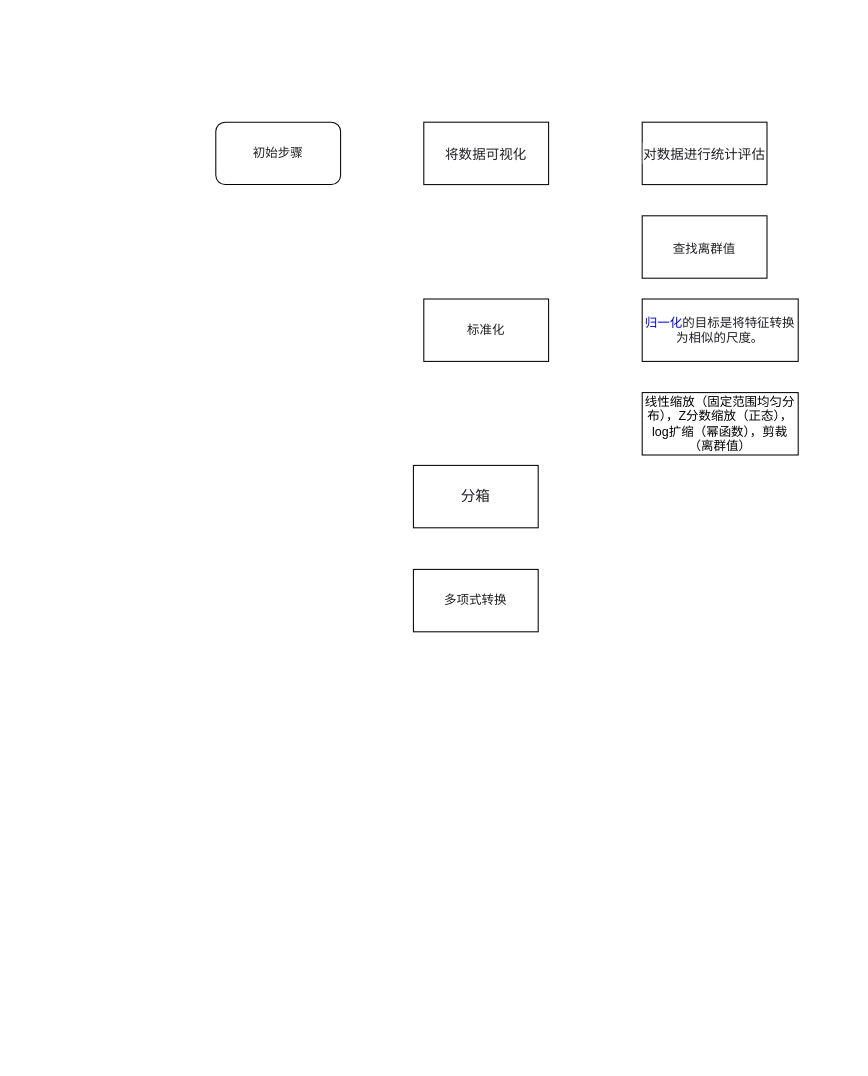
Before: page "数值数据" (9 of 10) of Untitled Diagram.drawio in robinyang414/Book, a draw.io diagram. Source tidied: cells renumbered, new cells numbered last; positions are measured from the earlier drawing's top-left corner, leaving out a move shared by most shapes. Both pictures are drawn from the tidied source at 104%, with x=0, y=0 at pixel (215, 122).
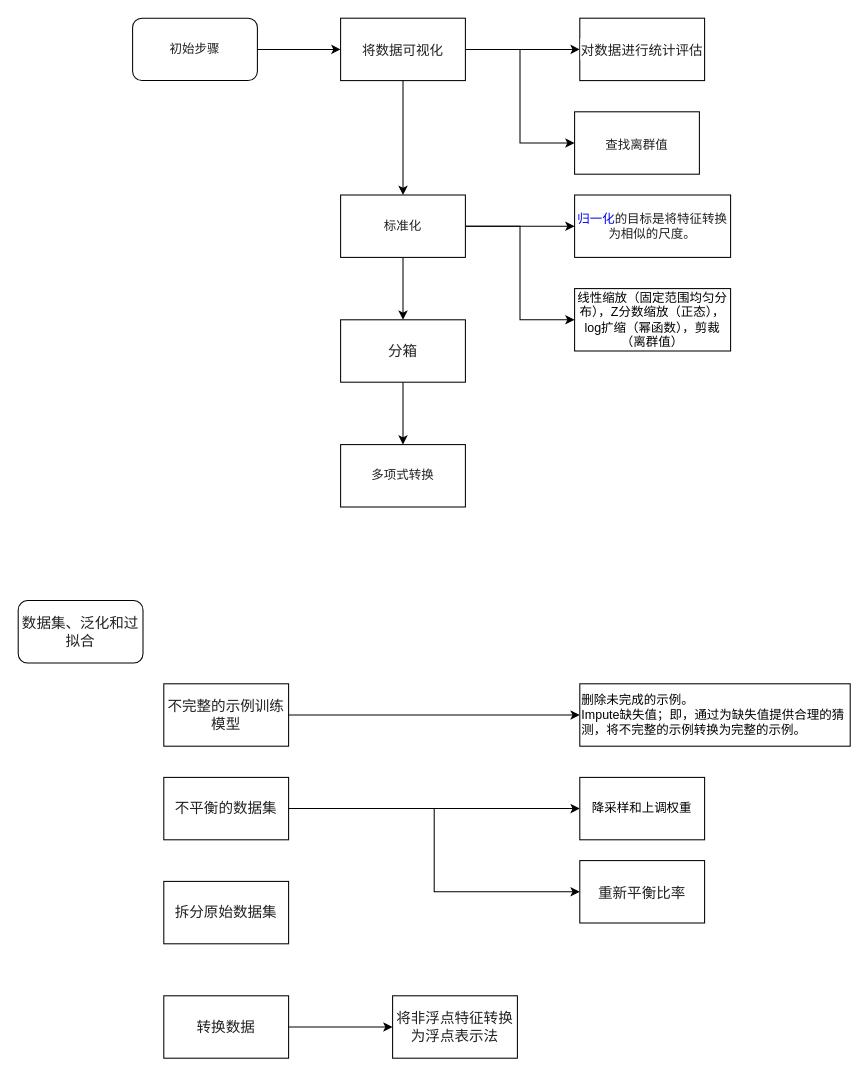
Above is the later version.

Change to the diagram source:
```diff
@@
+    <mxCell id="11" style="edgeStyle=orthogonalEdgeStyle;rounded=0;jettySize=auto;html=1;exitX=1;exitY=0.5;exitDx=0;exitDy=0;entryX=0;entryY=0.5;entryDx=0;entryDy=0;" parent="1" edge="1" source="2" target="3">
+      <mxGeometry relative="1" as="geometry" />
+    </mxCell>
     <mxCell id="2" value="&lt;span style=&quot;color: rgb(32, 33, 36); font-family: &amp;quot;Google Sans&amp;quot;, &amp;quot;Noto Sans&amp;quot;, &amp;quot;Noto Sans JP&amp;quot;, &amp;quot;Noto Sans KR&amp;quot;, &amp;quot;Noto Naskh Arabic&amp;quot;, &amp;quot;Noto Sans Thai&amp;quot;, &amp;quot;Noto Sans Hebrew&amp;quot;, &amp;quot;Noto Sans Bengali&amp;quot;, sans-serif; text-align: start; background-color: rgb(255, 255, 255);&quot;&gt;初始步骤&lt;/span&gt;" style="rounded=1;whiteSpace=wrap;html=1;fontSize=12;" parent="1" vertex="1">
-      <mxGeometry width="120" height="60" as="geometry" />
+      <mxGeometry x="-80" y="-100" width="120" height="60" as="geometry" />
     </mxCell>
+    <mxCell id="12" style="edgeStyle=orthogonalEdgeStyle;rounded=0;jettySize=auto;html=1;exitX=1;exitY=0.5;exitDx=0;exitDy=0;entryX=0;entryY=0.5;entryDx=0;entryDy=0;" parent="1" edge="1" source="3" target="4">
+      <mxGeometry relative="1" as="geometry" />
+    </mxCell>
+    <mxCell id="13" style="edgeStyle=orthogonalEdgeStyle;rounded=0;jettySize=auto;html=1;exitX=1;exitY=0.5;exitDx=0;exitDy=0;entryX=0;entryY=0.5;entryDx=0;entryDy=0;" parent="1" edge="1" source="3" target="5">
+      <mxGeometry relative="1" as="geometry" />
+    </mxCell>
+    <mxCell id="14" style="edgeStyle=orthogonalEdgeStyle;rounded=0;jettySize=auto;html=1;exitX=0.5;exitY=1;exitDx=0;exitDy=0;entryX=0.5;entryY=0;entryDx=0;entryDy=0;" parent="1" edge="1" source="3" target="6">
+      <mxGeometry relative="1" as="geometry" />
+    </mxCell>
     <mxCell id="3" value="&lt;h2 style=&quot;box-sizing: inherit; margin: var(--devsite-h2-margin); overflow-x: clip; text-overflow: ellipsis; border-bottom: var(--devsite-h2-border,var(--devsite-secondary-border)); padding: var(--devsite-h2-padding); color: rgb(32, 33, 36); text-align: start; background-color: rgb(255, 255, 255);&quot; role=&quot;presentation&quot; tabindex=&quot;-1&quot; id=&quot;visualize_your_data&quot;&gt;&lt;span style=&quot;box-sizing: inherit; font-weight: normal;&quot; aria-level=&quot;2&quot; role=&quot;heading&quot; class=&quot;devsite-heading&quot;&gt;&lt;font style=&quot;font-size: 13px;&quot;&gt;将数据可视化&lt;/font&gt;&lt;/span&gt;&lt;/h2&gt;" style="rounded=0;whiteSpace=wrap;html=1;fontSize=12;" parent="1" vertex="1">
-      <mxGeometry x="200" width="120" height="60" as="geometry" />
+      <mxGeometry x="120" y="-100" width="120" height="60" as="geometry" />
     </mxCell>
     <mxCell id="4" value="&lt;h2 style=&quot;box-sizing: inherit; margin: var(--devsite-h2-margin); overflow-x: clip; text-overflow: ellipsis; border-bottom: var(--devsite-h2-border,var(--devsite-secondary-border)); padding: var(--devsite-h2-padding); color: rgb(32, 33, 36); text-align: start; background-color: rgb(255, 255, 255);&quot; role=&quot;presentation&quot; tabindex=&quot;-1&quot; id=&quot;statistically_evaluate_your_data&quot;&gt;&lt;span style=&quot;box-sizing: inherit; font-weight: normal;&quot; aria-level=&quot;2&quot; role=&quot;heading&quot; class=&quot;devsite-heading&quot;&gt;&lt;font style=&quot;font-size: 13px;&quot;&gt;对数据进行统计评估&lt;/font&gt;&lt;/span&gt;&lt;/h2&gt;" style="rounded=0;whiteSpace=wrap;html=1;fontSize=12;fontStyle=0;" parent="1" vertex="1">
-      <mxGeometry x="410" width="120" height="60" as="geometry" />
+      <mxGeometry x="350" y="-100" width="120" height="60" as="geometry" />
     </mxCell>
     <mxCell id="5" value="&lt;h2 style=&quot;box-sizing: inherit; margin: var(--devsite-h2-margin); overflow-x: clip; text-overflow: ellipsis; border-bottom: var(--devsite-h2-border,var(--devsite-secondary-border)); padding: var(--devsite-h2-padding); color: rgb(32, 33, 36); background-color: rgb(255, 255, 255);&quot; role=&quot;presentation&quot; tabindex=&quot;-1&quot; id=&quot;find_outliers&quot;&gt;&lt;span style=&quot;box-sizing: inherit; font-weight: normal;&quot; aria-level=&quot;2&quot; role=&quot;heading&quot; class=&quot;devsite-heading&quot;&gt;&lt;font style=&quot;font-size: 12px;&quot;&gt;查找离群值&lt;/font&gt;&lt;/span&gt;&lt;/h2&gt;" style="rounded=0;whiteSpace=wrap;html=1;align=center;fontSize=12;fontStyle=0;" parent="1" vertex="1">
-      <mxGeometry x="410" y="90" width="120" height="60" as="geometry" />
+      <mxGeometry x="345" y="-10" width="120" height="60" as="geometry" />
     </mxCell>
+    <mxCell id="15" style="edgeStyle=orthogonalEdgeStyle;rounded=0;jettySize=auto;html=1;exitX=0.5;exitY=1;exitDx=0;exitDy=0;entryX=0.5;entryY=0;entryDx=0;entryDy=0;" parent="1" edge="1" source="6" target="9">
+      <mxGeometry relative="1" as="geometry" />
+    </mxCell>
+    <mxCell id="16" style="edgeStyle=orthogonalEdgeStyle;rounded=0;jettySize=auto;html=1;exitX=1;exitY=0.5;exitDx=0;exitDy=0;entryX=0;entryY=0.5;entryDx=0;entryDy=0;" parent="1" edge="1" source="6" target="7">
+      <mxGeometry relative="1" as="geometry" />
+    </mxCell>
+    <mxCell id="17" style="edgeStyle=orthogonalEdgeStyle;rounded=0;jettySize=auto;html=1;exitX=1;exitY=0.5;exitDx=0;exitDy=0;entryX=0;entryY=0.5;entryDx=0;entryDy=0;" parent="1" edge="1" source="6" target="8">
+      <mxGeometry relative="1" as="geometry" />
+    </mxCell>
     <mxCell id="6" value="&lt;span style=&quot;color: rgb(32, 33, 36); font-family: &amp;quot;Google Sans&amp;quot;, &amp;quot;Noto Sans&amp;quot;, &amp;quot;Noto Sans JP&amp;quot;, &amp;quot;Noto Sans KR&amp;quot;, &amp;quot;Noto Naskh Arabic&amp;quot;, &amp;quot;Noto Sans Thai&amp;quot;, &amp;quot;Noto Sans Hebrew&amp;quot;, &amp;quot;Noto Sans Bengali&amp;quot;, sans-serif; text-align: start; background-color: rgb(255, 255, 255);&quot;&gt;标准化&lt;/span&gt;" style="rounded=0;whiteSpace=wrap;html=1;fontSize=12;fontStyle=0;" parent="1" vertex="1">
-      <mxGeometry x="200" y="170" width="120" height="60" as="geometry" />
+      <mxGeometry x="120" y="70" width="120" height="60" as="geometry" />
     </mxCell>
     <mxCell id="7" value="&lt;a style=&quot;box-sizing: inherit; outline: 0px; text-decoration: var(--devsite-link-text-decoration,none); word-break: break-word; font-family: Roboto, &amp;quot;Noto Sans&amp;quot;, &amp;quot;Noto Sans JP&amp;quot;, &amp;quot;Noto Sans KR&amp;quot;, &amp;quot;Noto Naskh Arabic&amp;quot;, &amp;quot;Noto Sans Thai&amp;quot;, &amp;quot;Noto Sans Hebrew&amp;quot;, &amp;quot;Noto Sans Bengali&amp;quot;, sans-serif; text-align: start; background-color: rgb(255, 255, 255);&quot; href=&quot;https://developers.google.com/machine-learning/glossary?hl=zh-cn#normalization&quot;&gt;&lt;span style=&quot;box-sizing: inherit;&quot;&gt;归一化&lt;/span&gt;&lt;/a&gt;&lt;span style=&quot;color: rgb(32, 33, 36); font-family: Roboto, &amp;quot;Noto Sans&amp;quot;, &amp;quot;Noto Sans JP&amp;quot;, &amp;quot;Noto Sans KR&amp;quot;, &amp;quot;Noto Naskh Arabic&amp;quot;, &amp;quot;Noto Sans Thai&amp;quot;, &amp;quot;Noto Sans Hebrew&amp;quot;, &amp;quot;Noto Sans Bengali&amp;quot;, sans-serif; text-align: start; background-color: rgb(255, 255, 255);&quot;&gt;的目标是将特征转换为相似的尺度。&lt;/span&gt;" style="rounded=0;whiteSpace=wrap;html=1;fontSize=12;fontStyle=0;" parent="1" vertex="1">
-      <mxGeometry x="410" y="170" width="150" height="60" as="geometry" />
+      <mxGeometry x="345" y="70" width="150" height="60" as="geometry" />
     </mxCell>
     <mxCell id="8" value="线性缩放（固定范围均匀分布），Z分数缩放（正态），log扩缩（幂函数），剪裁（离群值）" style="rounded=0;whiteSpace=wrap;html=1;fontSize=12;fontStyle=0;" parent="1" vertex="1">
-      <mxGeometry x="410" y="260" width="150" height="60" as="geometry" />
+      <mxGeometry x="345" y="160" width="150" height="60" as="geometry" />
     </mxCell>
+    <mxCell id="18" style="edgeStyle=orthogonalEdgeStyle;rounded=0;jettySize=auto;html=1;exitX=0.5;exitY=1;exitDx=0;exitDy=0;" parent="1" edge="1" source="9" target="10">
+      <mxGeometry relative="1" as="geometry" />
+    </mxCell>
     <mxCell id="9" value="&lt;span style=&quot;color: rgb(32, 33, 36); font-family: &amp;quot;Google Sans&amp;quot;, &amp;quot;Noto Sans&amp;quot;, &amp;quot;Noto Sans JP&amp;quot;, &amp;quot;Noto Sans KR&amp;quot;, &amp;quot;Noto Naskh Arabic&amp;quot;, &amp;quot;Noto Sans Thai&amp;quot;, &amp;quot;Noto Sans Hebrew&amp;quot;, &amp;quot;Noto Sans Bengali&amp;quot;, sans-serif; text-align: start; background-color: rgb(255, 255, 255);&quot;&gt;&lt;font style=&quot;font-size: 14px;&quot;&gt;分箱&lt;/font&gt;&lt;/span&gt;" style="rounded=0;whiteSpace=wrap;html=1;" parent="1" vertex="1">
-      <mxGeometry x="190" y="330" width="120" height="60" as="geometry" />
+      <mxGeometry x="120" y="190" width="120" height="60" as="geometry" />
     </mxCell>
     <mxCell id="10" value="&lt;span style=&quot;color: rgb(32, 33, 36); text-align: start; background-color: rgb(255, 255, 255);&quot;&gt;&lt;font face=&quot;Helvetica&quot; style=&quot;font-size: 12px;&quot;&gt;多项式转换&lt;/font&gt;&lt;/span&gt;" style="rounded=0;whiteSpace=wrap;html=1;" parent="1" vertex="1">
-      <mxGeometry x="190" y="430" width="120" height="60" as="geometry" />
+      <mxGeometry x="120" y="310" width="120" height="60" as="geometry" />
     </mxCell>
+    <mxCell id="19" style="edgeStyle=orthogonalEdgeStyle;rounded=0;jettySize=auto;html=1;exitX=1;exitY=0.5;exitDx=0;exitDy=0;entryX=0;entryY=0.5;entryDx=0;entryDy=0;" parent="1" edge="1" source="20" target="21">
+      <mxGeometry relative="1" as="geometry" />
+    </mxCell>
+    <mxCell id="20" value="&lt;span style=&quot;color: rgb(32, 33, 36); font-family: Roboto, &amp;quot;Noto Sans&amp;quot;, &amp;quot;Noto Sans JP&amp;quot;, &amp;quot;Noto Sans KR&amp;quot;, &amp;quot;Noto Naskh Arabic&amp;quot;, &amp;quot;Noto Sans Thai&amp;quot;, &amp;quot;Noto Sans Hebrew&amp;quot;, &amp;quot;Noto Sans Bengali&amp;quot;, sans-serif; text-align: start; background-color: rgb(255, 255, 255);&quot;&gt;&lt;font style=&quot;font-size: 14px;&quot;&gt;不完整的示例训练模型&lt;/font&gt;&lt;/span&gt;" style="rounded=0;whiteSpace=wrap;html=1;" parent="1" vertex="1">
+      <mxGeometry x="-50" y="540" width="120" height="60" as="geometry" />
+    </mxCell>
+    <mxCell id="21" value="&lt;span style=&quot;background-color: transparent; color: light-dark(rgb(0, 0, 0), rgb(255, 255, 255));&quot;&gt;删除未完成的示例。&lt;/span&gt;&lt;br&gt;&lt;span style=&quot;background-color: transparent; color: light-dark(rgb(0, 0, 0), rgb(255, 255, 255));&quot;&gt;Impute缺失值；即，通过为缺失值提供合理的猜测，将不完整的示例转换为完整的示例。&lt;/span&gt;" style="rounded=0;whiteSpace=wrap;html=1;align=left;" parent="1" vertex="1">
+      <mxGeometry x="350" y="540" width="260" height="60" as="geometry" />
+    </mxCell>
+    <mxCell id="22" style="edgeStyle=orthogonalEdgeStyle;rounded=0;jettySize=auto;html=1;exitX=1;exitY=0.5;exitDx=0;exitDy=0;entryX=0;entryY=0.5;entryDx=0;entryDy=0;" parent="1" edge="1" source="24" target="25">
+      <mxGeometry relative="1" as="geometry" />
+    </mxCell>
+    <mxCell id="23" style="edgeStyle=orthogonalEdgeStyle;rounded=0;jettySize=auto;html=1;exitX=1;exitY=0.5;exitDx=0;exitDy=0;entryX=0;entryY=0.5;entryDx=0;entryDy=0;" parent="1" edge="1" source="24" target="26">
+      <mxGeometry relative="1" as="geometry" />
+    </mxCell>
+    <mxCell id="24" value="&lt;span style=&quot;color: rgb(32, 33, 36); font-family: &amp;quot;Google Sans&amp;quot;, &amp;quot;Noto Sans&amp;quot;, &amp;quot;Noto Sans JP&amp;quot;, &amp;quot;Noto Sans KR&amp;quot;, &amp;quot;Noto Naskh Arabic&amp;quot;, &amp;quot;Noto Sans Thai&amp;quot;, &amp;quot;Noto Sans Hebrew&amp;quot;, &amp;quot;Noto Sans Bengali&amp;quot;, sans-serif; text-align: start; background-color: rgb(255, 255, 255);&quot;&gt;&lt;font style=&quot;font-size: 14px;&quot;&gt;不平衡的数据集&lt;/font&gt;&lt;/span&gt;" style="rounded=0;whiteSpace=wrap;html=1;" parent="1" vertex="1">
+      <mxGeometry x="-50" y="630" width="120" height="60" as="geometry" />
+    </mxCell>
+    <mxCell id="25" value="降采样和上调权重" style="rounded=0;whiteSpace=wrap;html=1;" parent="1" vertex="1">
+      <mxGeometry x="350" y="630" width="120" height="60" as="geometry" />
+    </mxCell>
+    <mxCell id="26" value="&lt;h2 style=&quot;box-sizing: inherit; margin: var(--devsite-h2-margin); overflow-x: clip; text-overflow: ellipsis; border-bottom: var(--devsite-h2-border,var(--devsite-secondary-border)); padding: var(--devsite-h2-padding); color: rgb(32, 33, 36); text-align: start; background-color: rgb(255, 255, 255);&quot; role=&quot;presentation&quot; tabindex=&quot;-1&quot; id=&quot;rebalance_ratios&quot;&gt;&lt;span style=&quot;box-sizing: inherit; font-weight: normal;&quot; aria-level=&quot;2&quot; role=&quot;heading&quot; class=&quot;devsite-heading&quot;&gt;&lt;font style=&quot;font-size: 14px;&quot;&gt;重新平衡比率&lt;/font&gt;&lt;/span&gt;&lt;/h2&gt;" style="rounded=0;whiteSpace=wrap;html=1;" parent="1" vertex="1">
+      <mxGeometry x="350" y="710" width="120" height="60" as="geometry" />
+    </mxCell>
+    <mxCell id="27" value="&lt;span style=&quot;color: rgb(32, 33, 36); text-align: start; background-color: rgb(255, 255, 255);&quot;&gt;&lt;font face=&quot;Helvetica&quot; style=&quot;font-size: 14px;&quot;&gt;拆分原始数据集&lt;/font&gt;&lt;/span&gt;" style="rounded=0;whiteSpace=wrap;html=1;" parent="1" vertex="1">
+      <mxGeometry x="-50" y="730" width="120" height="60" as="geometry" />
+    </mxCell>
+    <mxCell id="28" style="edgeStyle=orthogonalEdgeStyle;rounded=0;jettySize=auto;html=1;exitX=1;exitY=0.5;exitDx=0;exitDy=0;entryX=0;entryY=0.5;entryDx=0;entryDy=0;" parent="1" edge="1" source="29" target="30">
+      <mxGeometry relative="1" as="geometry" />
+    </mxCell>
+    <mxCell id="29" value="&lt;span style=&quot;color: rgb(32, 33, 36); text-align: start; background-color: rgb(255, 255, 255);&quot;&gt;&lt;font style=&quot;font-size: 14px;&quot;&gt;转换数据&lt;/font&gt;&lt;/span&gt;" style="rounded=0;whiteSpace=wrap;html=1;" parent="1" vertex="1">
+      <mxGeometry x="-50" y="840" width="120" height="60" as="geometry" />
+    </mxCell>
+    <mxCell id="30" value="&lt;span style=&quot;color: rgb(32, 33, 36); font-family: Roboto, &amp;quot;Noto Sans&amp;quot;, &amp;quot;Noto Sans JP&amp;quot;, &amp;quot;Noto Sans KR&amp;quot;, &amp;quot;Noto Naskh Arabic&amp;quot;, &amp;quot;Noto Sans Thai&amp;quot;, &amp;quot;Noto Sans Hebrew&amp;quot;, &amp;quot;Noto Sans Bengali&amp;quot;, sans-serif; text-align: start; background-color: rgb(255, 255, 255);&quot;&gt;&lt;font style=&quot;font-size: 14px;&quot;&gt;将非浮点特征转换为浮点表示法&lt;/font&gt;&lt;/span&gt;" style="rounded=0;whiteSpace=wrap;html=1;" parent="1" vertex="1">
+      <mxGeometry x="170" y="840" width="120" height="60" as="geometry" />
+    </mxCell>
+    <mxCell id="31" value="&lt;span style=&quot;color: rgb(32, 33, 36); font-family: &amp;quot;Google Sans&amp;quot;, &amp;quot;Noto Sans&amp;quot;, &amp;quot;Noto Sans JP&amp;quot;, &amp;quot;Noto Sans KR&amp;quot;, &amp;quot;Noto Naskh Arabic&amp;quot;, &amp;quot;Noto Sans Thai&amp;quot;, &amp;quot;Noto Sans Hebrew&amp;quot;, &amp;quot;Noto Sans Bengali&amp;quot;, sans-serif; text-align: start; background-color: rgb(255, 255, 255);&quot;&gt;&lt;font style=&quot;font-size: 14px;&quot;&gt;数据集、泛化和过拟合&lt;/font&gt;&lt;/span&gt;" style="rounded=1;whiteSpace=wrap;html=1;" parent="1" vertex="1">
+      <mxGeometry x="-190" y="460" width="120" height="60" as="geometry" />
+    </mxCell>
```
